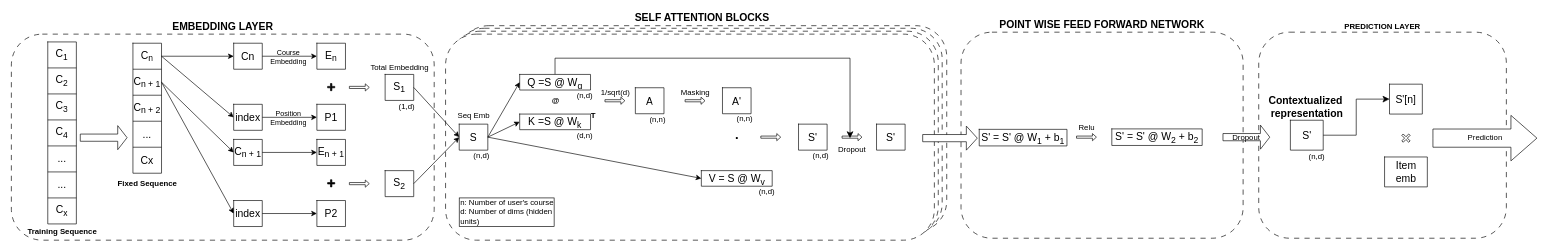
Above: stream_process/SASRec.drawio in ippapi/BIG_MOOC (draw.io), before the change. Source tidied: cells renumbered, new cells numbered last; positions are measured from the earlier drawing's top-left corner, leaving out a move shared by most shapes. Both pictures are drawn from the tidied source at 65%, with x=0, y=0 at pixel (11, 18).
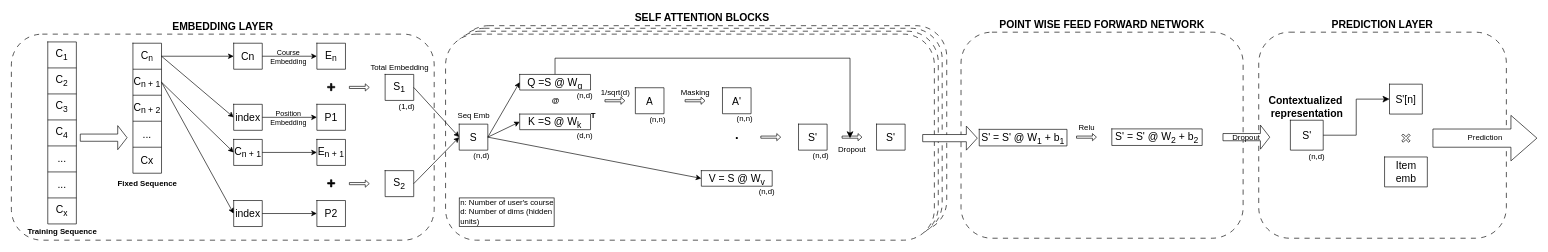
The same diagram, later.

What changed in the source:
```diff
@@
-    <mxCell id="2" value="&lt;b&gt;PREDICTION LAYER&lt;/b&gt;" style="rounded=1;whiteSpace=wrap;html=1;dashed=1;dashPattern=8 8;labelPosition=center;verticalLabelPosition=top;align=center;verticalAlign=bottom;" parent="1" vertex="1">
+    <mxCell id="2" value="&lt;b&gt;&lt;font style=&quot;font-size: 16px;&quot;&gt;PREDICTION LAYER&lt;/font&gt;&lt;/b&gt;" style="rounded=1;whiteSpace=wrap;html=1;dashed=1;dashPattern=8 8;labelPosition=center;verticalLabelPosition=top;align=center;verticalAlign=bottom;" parent="1" vertex="1">
       <mxGeometry x="1919" y="22" width="381" height="317" as="geometry" />
     </mxCell>
```
